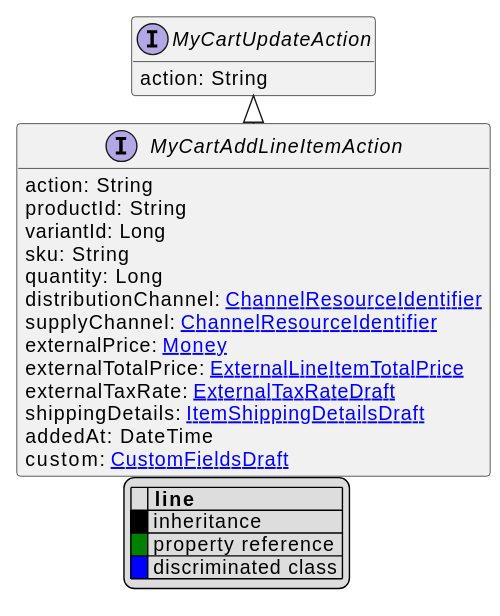
commercetools/commercetools-api-reference keeps this PlantUML diagram as uml/api/svg/MyCartAddLineItemAction.svg. Above is the earlier version.
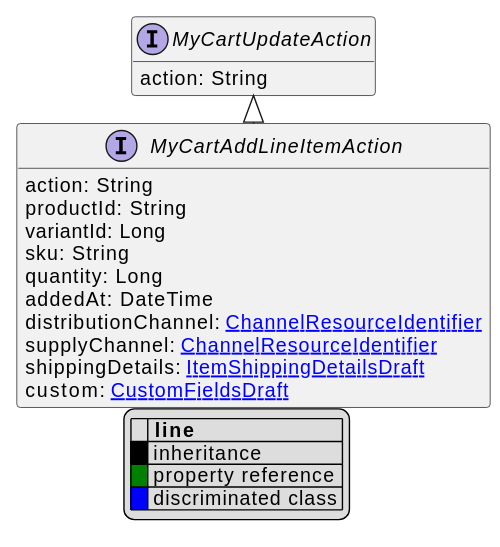
After the change.

The edit, as a diff of the source:
```diff
@@ -14,13 +14,10 @@
     variantId: Long
     sku: String
     quantity: Long
+    addedAt: DateTime
     distributionChannel: [[ChannelResourceIdentifier.svg ChannelResourceIdentifier]]
     supplyChannel: [[ChannelResourceIdentifier.svg ChannelResourceIdentifier]]
-    externalPrice: [[Money.svg Money]]
-    externalTotalPrice: [[ExternalLineItemTotalPrice.svg ExternalLineItemTotalPrice]]
-    externalTaxRate: [[ExternalTaxRateDraft.svg ExternalTaxRateDraft]]
     shippingDetails: [[ItemShippingDetailsDraft.svg ItemShippingDetailsDraft]]
-    addedAt: DateTime
     custom: [[CustomFieldsDraft.svg CustomFieldsDraft]]
 }
 interface MyCartUpdateAction [[MyCartUpdateAction.svg]]  {
```
